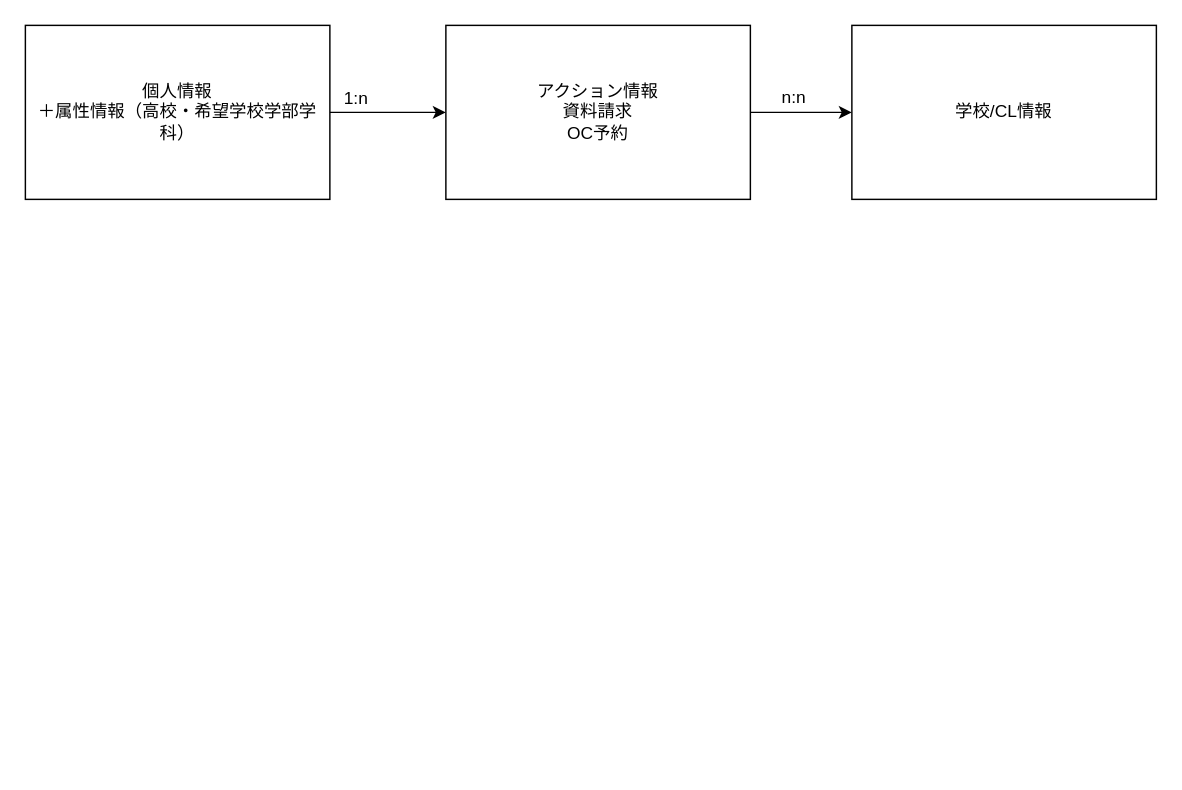
The draw.io diagram page "Page-7" (7 of 8) of learning bloc.drawio in newuniverse/diagrams, before the edit. Source tidied: cells renumbered, new cells numbered last; positions are measured from the earlier drawing's top-left corner, leaving out a move shared by most shapes. Both pictures are drawn from the tidied source at 145%, with x=0, y=0 at pixel (25, 25).
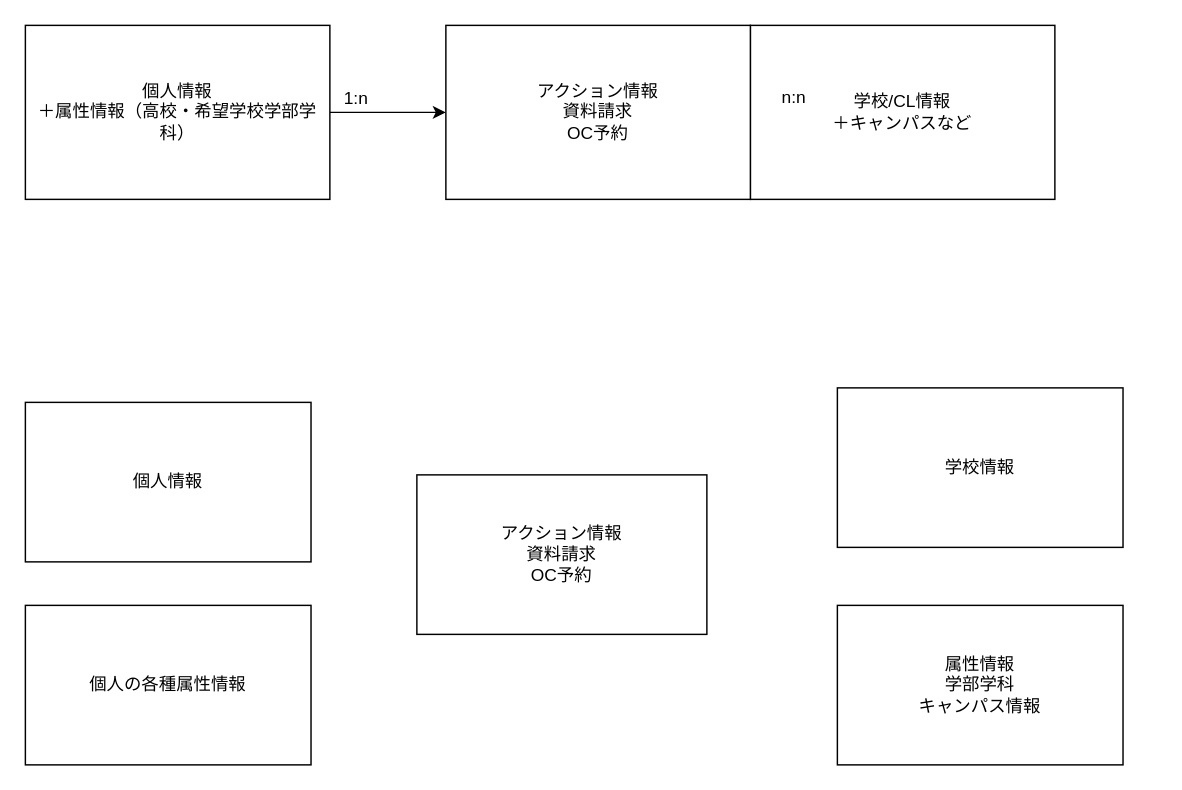
The same page after the edit.

What changed in the source:
```diff
@@
 <mxGraphModel>
   <root>
     <mxCell id="0" />
     <mxCell id="1" parent="0" />
     <mxCell id="2" style="edgeStyle=orthogonalEdgeStyle;rounded=0;jettySize=auto;html=1;exitX=1;exitY=0.5;exitDx=0;exitDy=0;entryX=0;entryY=0.5;entryDx=0;entryDy=0;" parent="1" edge="1" source="3" target="6">
       <mxGeometry relative="1" as="geometry" />
     </mxCell>
     <mxCell id="3" value="個人情報&lt;br&gt;＋属性情報（高校・希望学校学部学科）" style="rounded=0;whiteSpace=wrap;html=1;" parent="1" vertex="1">
       <mxGeometry width="210" height="120" as="geometry" />
     </mxCell>
-    <mxCell id="4" value="学校/CL情報" style="rounded=0;whiteSpace=wrap;html=1;" parent="1" vertex="1">
-      <mxGeometry x="570" width="210" height="120" as="geometry" />
+    <mxCell id="4" value="学校/CL情報&lt;br&gt;＋キャンパスなど" style="rounded=0;whiteSpace=wrap;html=1;" parent="1" vertex="1">
+      <mxGeometry x="500" width="210" height="120" as="geometry" />
     </mxCell>
     <mxCell id="5" style="edgeStyle=orthogonalEdgeStyle;rounded=0;jettySize=auto;html=1;exitX=1;exitY=0.5;exitDx=0;exitDy=0;entryX=0;entryY=0.5;entryDx=0;entryDy=0;" parent="1" edge="1" source="6" target="4">
       <mxGeometry relative="1" as="geometry" />
     </mxCell>
     <mxCell id="6" value="アクション情報&lt;br&gt;資料請求&lt;br&gt;OC予約" style="rounded=0;whiteSpace=wrap;html=1;" parent="1" vertex="1">
       <mxGeometry x="290" width="210" height="120" as="geometry" />
     </mxCell>
     <mxCell id="7" value="1:n" style="text;html=1;align=left;verticalAlign=top;spacingTop=-4;" parent="1" vertex="1">
       <mxGeometry x="218" y="41" width="30" height="20" as="geometry" />
     </mxCell>
     <mxCell id="8" value="n:n" style="text;html=1;align=left;verticalAlign=top;spacingTop=-4;" parent="1" vertex="1">
       <mxGeometry x="520" y="40" width="30" height="20" as="geometry" />
     </mxCell>
+    <mxCell id="9" value="個人情報" style="rounded=0;whiteSpace=wrap;html=1;" parent="1" vertex="1">
+      <mxGeometry y="260" width="197" height="110" as="geometry" />
+    </mxCell>
+    <mxCell id="10" value="個人の各種属性情報" style="rounded=0;whiteSpace=wrap;html=1;" parent="1" vertex="1">
+      <mxGeometry y="400" width="197" height="110" as="geometry" />
+    </mxCell>
+    <mxCell id="11" value="アクション情報&lt;br&gt;資料請求&lt;br&gt;OC予約" style="rounded=0;whiteSpace=wrap;html=1;" parent="1" vertex="1">
+      <mxGeometry x="270" y="310" width="200" height="110" as="geometry" />
+    </mxCell>
+    <mxCell id="12" value="学校情報" style="rounded=0;whiteSpace=wrap;html=1;" parent="1" vertex="1">
+      <mxGeometry x="560" y="250" width="197" height="110" as="geometry" />
+    </mxCell>
+    <mxCell id="13" value="属性情報&lt;br&gt;学部学科&lt;br&gt;キャンパス情報" style="rounded=0;whiteSpace=wrap;html=1;" parent="1" vertex="1">
+      <mxGeometry x="560" y="400" width="197" height="110" as="geometry" />
+    </mxCell>
   </root>
 </mxGraphModel>
```
